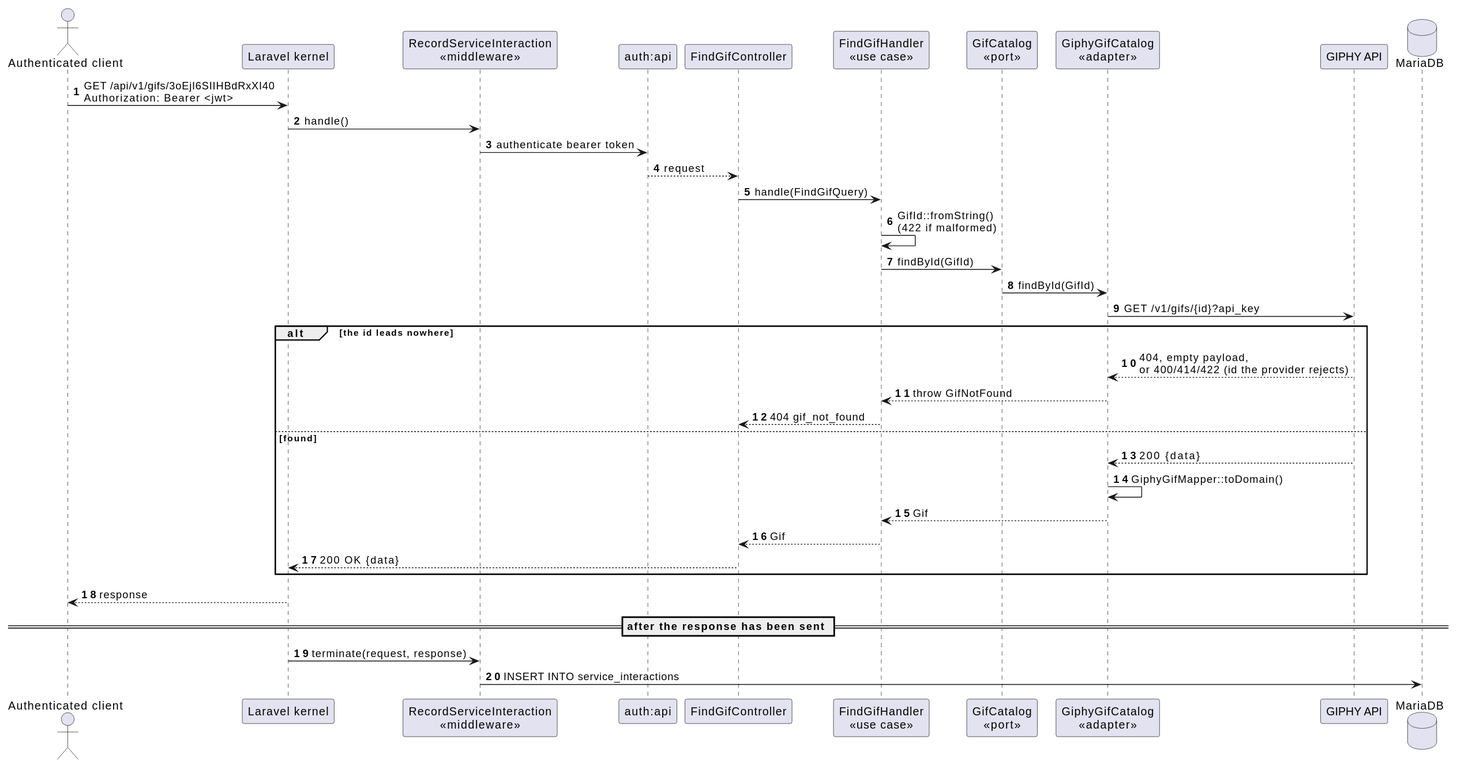
This is docs/diagrams/sequence-find-gif.svg from alexisrivero/challenge-prex, a PlantUML export, as it was before one commit.
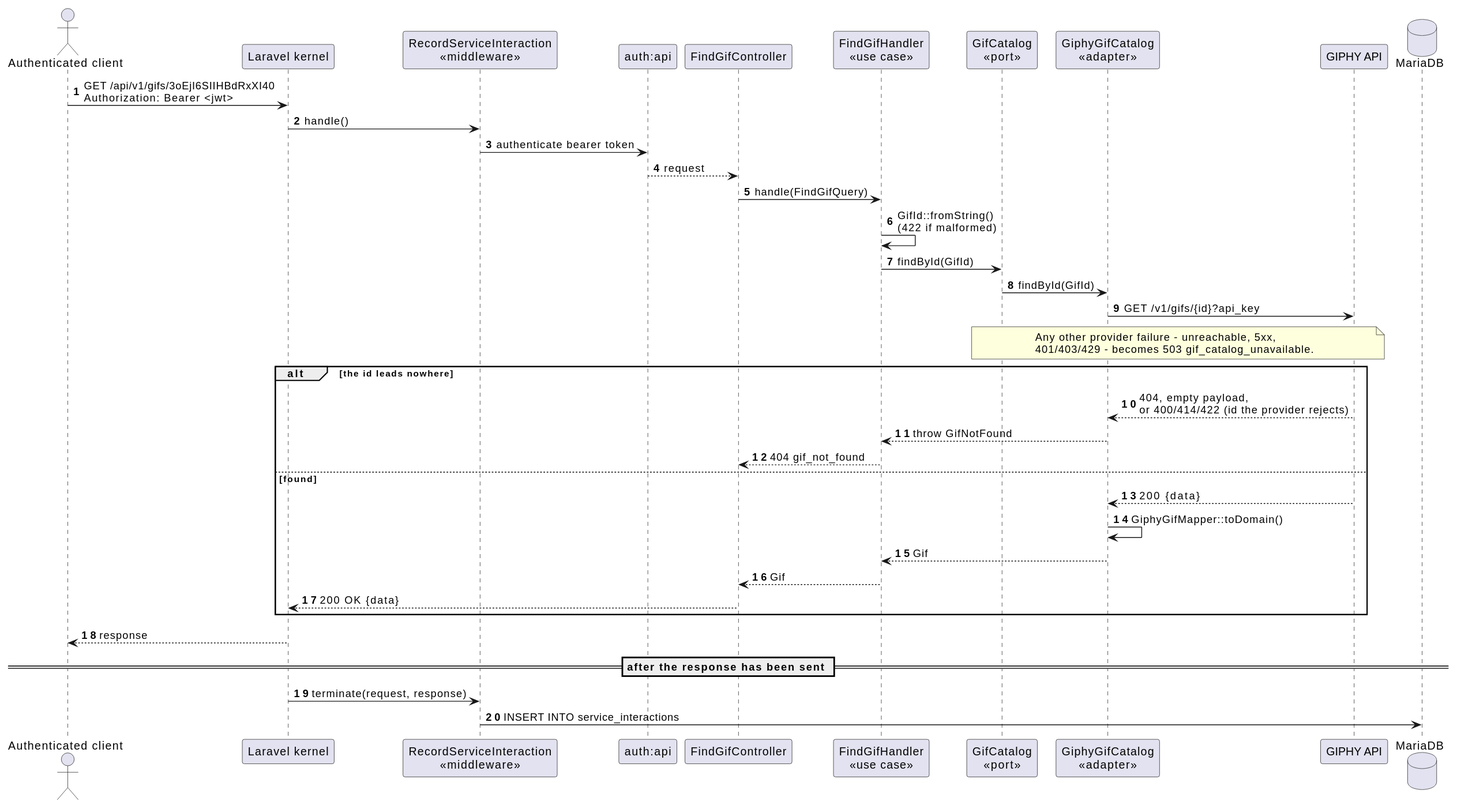
Later version of the same file.

Diff of the diagram source:
```diff
@@ -22,6 +22,11 @@
 Handler -> Port : findById(GifId)
 Port -> Adapter : findById(GifId)
 Adapter -> Giphy : GET /v1/gifs/{id}?api_key
+note over Port, Giphy
+  Any other provider failure - unreachable, 5xx,
+  401/403/429 - becomes 503 gif_catalog_unavailable.
+end note
+
 alt the id leads nowhere
   Giphy --> Adapter : 404, empty payload,\nor 400/414/422 (id the provider rejects)
   Adapter --> Handler : throw GifNotFound
```
